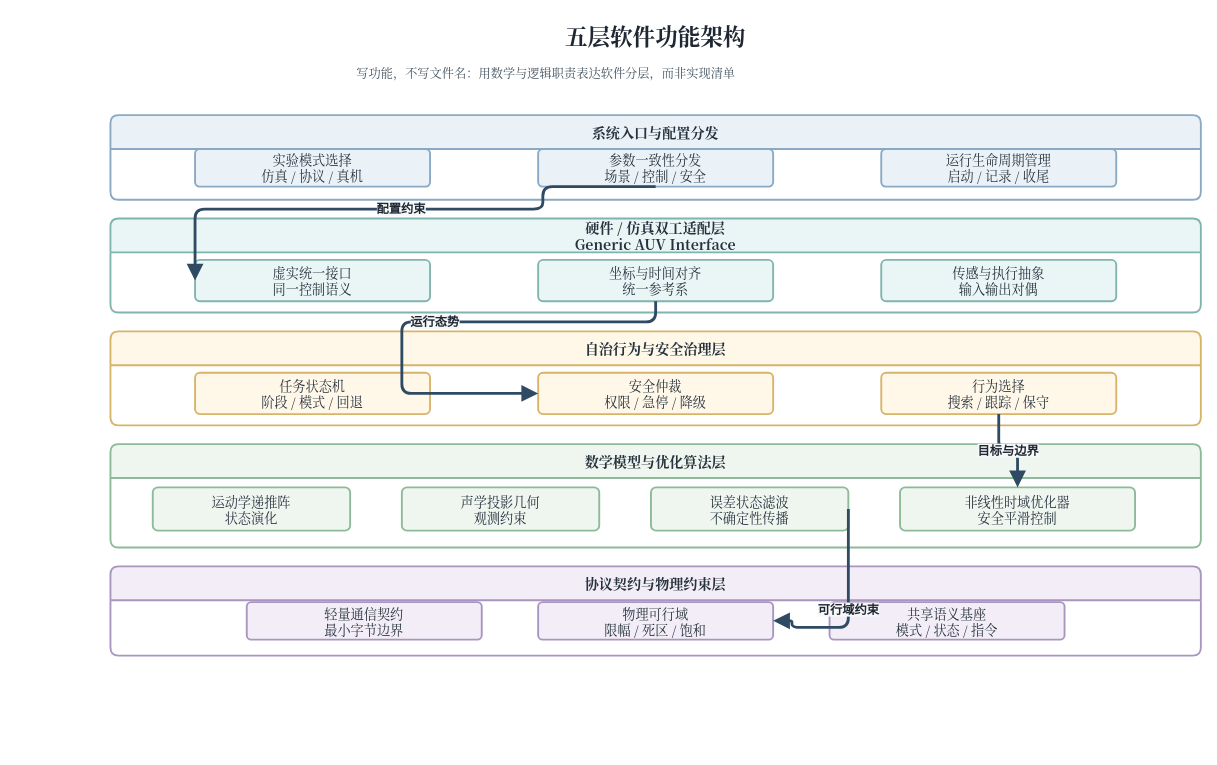
Earlier version of the draw.io diagram docs/thesis/figures/architecture/auv_v2_five_layer_functional_architecture.drawio (360ZMEM/AUV-Master-Project). Source tidied: cells renumbered, new cells numbered last; positions are measured from the earlier drawing's top-left corner, leaving out a move shared by most shapes. Both pictures are drawn from the tidied source at 94%, with x=0, y=0 at pixel (110, 16).
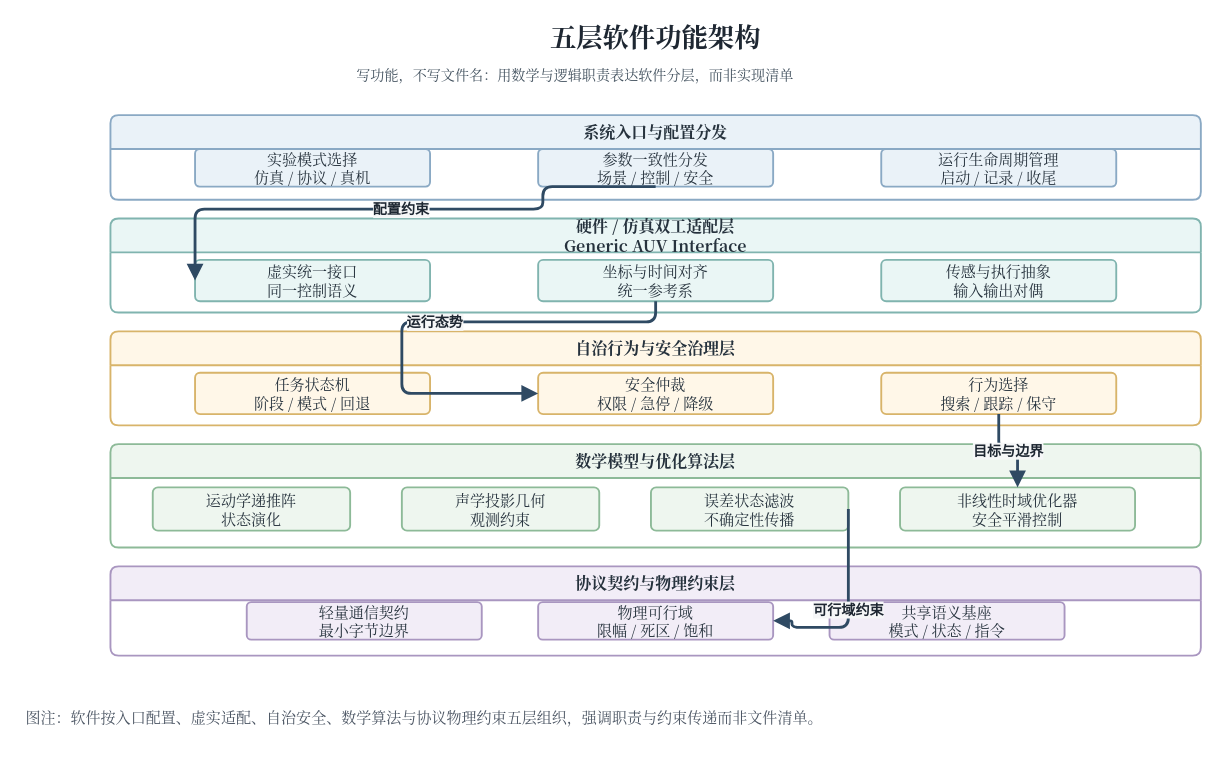
After the change.

The edit, as a diff of the source:
```diff
@@
-    <mxCell id="2" value="五层软件功能架构" style="text;html=1;strokeColor=none;fillColor=none;align=center;verticalAlign=middle;whiteSpace=wrap;rounded=0;fontFamily=Noto Serif CJK SC,Times New Roman;fontSize=24;fontStyle=1;fontColor=#1E2732;" parent="1" vertex="1">
+    <mxCell id="2" value="五层软件功能架构" style="text;html=1;strokeColor=none;fillColor=none;align=center;verticalAlign=middle;whiteSpace=wrap;rounded=0;fontFamily=Noto Serif CJK SC,Times New Roman;fontSize=28;fontStyle=1;fontColor=#1E2732;" parent="1" vertex="1">
       <mxGeometry x="270" width="620" height="42" as="geometry" />
     </mxCell>
-    <mxCell id="3" value="写功能，不写文件名：用数学与逻辑职责表达软件分层，而非实现清单" style="text;html=1;strokeColor=none;fillColor=none;align=left;verticalAlign=top;whiteSpace=wrap;rounded=0;fontFamily=Noto Serif CJK SC,Times New Roman;fontSize=13;fontColor=#43525F;" parent="1" vertex="1">
+    <mxCell id="3" value="写功能，不写文件名：用数学与逻辑职责表达软件分层，而非实现清单" style="text;html=1;strokeColor=none;fillColor=none;align=left;verticalAlign=top;whiteSpace=wrap;rounded=0;fontFamily=Noto Serif CJK SC,Times New Roman;fontSize=15;fontColor=#43525F;" parent="1" vertex="1">
       <mxGeometry x="260" y="46" width="660" height="34" as="geometry" />
     </mxCell>
-    <mxCell id="4" value="系统入口与配置分发" style="swimlane;whiteSpace=wrap;html=1;startSize=36;rounded=1;arcSize=8;fillColor=#EAF2F8;strokeColor=#8AA9C4;strokeWidth=2;fontFamily=Noto Serif CJK SC,Times New Roman;fontSize=14;fontColor=#26323D;fontStyle=1;fontSize=15;" parent="1" vertex="1">
+    <mxCell id="4" value="系统入口与配置分发" style="swimlane;whiteSpace=wrap;html=1;startSize=36;rounded=1;arcSize=8;fillColor=#EAF2F8;strokeColor=#8AA9C4;strokeWidth=2;fontFamily=Noto Serif CJK SC,Times New Roman;fontSize=16;fontColor=#26323D;fontStyle=1;fontSize=17;" parent="1" vertex="1">
       <mxGeometry y="105" width="1160" height="90" as="geometry" />
     </mxCell>
-    <mxCell id="5" value="硬件 / 仿真双工适配层&#10;Generic AUV Interface" style="swimlane;whiteSpace=wrap;html=1;startSize=36;rounded=1;arcSize=8;fillColor=#EAF6F5;strokeColor=#80B4AF;strokeWidth=2;fontFamily=Noto Serif CJK SC,Times New Roman;fontSize=14;fontColor=#26323D;fontStyle=1;fontSize=15;" parent="1" vertex="1">
+    <mxCell id="5" value="硬件 / 仿真双工适配层&#10;Generic AUV Interface" style="swimlane;whiteSpace=wrap;html=1;startSize=36;rounded=1;arcSize=8;fillColor=#EAF6F5;strokeColor=#80B4AF;strokeWidth=2;fontFamily=Noto Serif CJK SC,Times New Roman;fontSize=16;fontColor=#26323D;fontStyle=1;fontSize=17;" parent="1" vertex="1">
       <mxGeometry y="215" width="1160" height="100" as="geometry" />
     </mxCell>
-    <mxCell id="6" value="自治行为与安全治理层" style="swimlane;whiteSpace=wrap;html=1;startSize=36;rounded=1;arcSize=8;fillColor=#FFF7E8;strokeColor=#D8B46A;strokeWidth=2;fontFamily=Noto Serif CJK SC,Times New Roman;fontSize=14;fontColor=#26323D;fontStyle=1;fontSize=15;" parent="1" vertex="1">
+    <mxCell id="6" value="自治行为与安全治理层" style="swimlane;whiteSpace=wrap;html=1;startSize=36;rounded=1;arcSize=8;fillColor=#FFF7E8;strokeColor=#D8B46A;strokeWidth=2;fontFamily=Noto Serif CJK SC,Times New Roman;fontSize=16;fontColor=#26323D;fontStyle=1;fontSize=17;" parent="1" vertex="1">
       <mxGeometry y="335" width="1160" height="100" as="geometry" />
     </mxCell>
-    <mxCell id="7" value="数学模型与优化算法层" style="swimlane;whiteSpace=wrap;html=1;startSize=36;rounded=1;arcSize=8;fillColor=#EEF6EF;strokeColor=#8DBA98;strokeWidth=2;fontFamily=Noto Serif CJK SC,Times New Roman;fontSize=14;fontColor=#26323D;fontStyle=1;fontSize=15;" parent="1" vertex="1">
+    <mxCell id="7" value="数学模型与优化算法层" style="swimlane;whiteSpace=wrap;html=1;startSize=36;rounded=1;arcSize=8;fillColor=#EEF6EF;strokeColor=#8DBA98;strokeWidth=2;fontFamily=Noto Serif CJK SC,Times New Roman;fontSize=16;fontColor=#26323D;fontStyle=1;fontSize=17;" parent="1" vertex="1">
       <mxGeometry y="455" width="1160" height="110" as="geometry" />
     </mxCell>
-    <mxCell id="8" value="协议契约与物理约束层" style="swimlane;whiteSpace=wrap;html=1;startSize=36;rounded=1;arcSize=8;fillColor=#F2EDF7;strokeColor=#A996C0;strokeWidth=2;fontFamily=Noto Serif CJK SC,Times New Roman;fontSize=14;fontColor=#26323D;fontStyle=1;fontSize=15;" parent="1" vertex="1">
+    <mxCell id="8" value="协议契约与物理约束层" style="swimlane;whiteSpace=wrap;html=1;startSize=36;rounded=1;arcSize=8;fillColor=#F2EDF7;strokeColor=#A996C0;strokeWidth=2;fontFamily=Noto Serif CJK SC,Times New Roman;fontSize=16;fontColor=#26323D;fontStyle=1;fontSize=17;" parent="1" vertex="1">
       <mxGeometry y="585" width="1160" height="95" as="geometry" />
     </mxCell>
-    <mxCell id="9" value="实验模式选择&#10;仿真 / 协议 / 真机" style="rounded=1;whiteSpace=wrap;html=1;arcSize=12;fillColor=#EAF2F8;strokeColor=#8AA9C4;strokeWidth=2;spacing=8;shadow=0;fontFamily=Noto Serif CJK SC,Times New Roman;fontSize=14;fontColor=#26323D;" parent="4" vertex="1">
+    <mxCell id="9" value="实验模式选择&#10;仿真 / 协议 / 真机" style="rounded=1;whiteSpace=wrap;html=1;arcSize=12;fillColor=#EAF2F8;strokeColor=#8AA9C4;strokeWidth=2;spacing=8;shadow=0;fontFamily=Noto Serif CJK SC,Times New Roman;fontSize=16;fontColor=#26323D;" parent="4" vertex="1">
       <mxGeometry x="90" y="36" width="250" height="40" as="geometry" />
     </mxCell>
-    <mxCell id="10" value="参数一致性分发&#10;场景 / 控制 / 安全" style="rounded=1;whiteSpace=wrap;html=1;arcSize=12;fillColor=#EAF2F8;strokeColor=#8AA9C4;strokeWidth=2;spacing=8;shadow=0;fontFamily=Noto Serif CJK SC,Times New Roman;fontSize=14;fontColor=#26323D;" parent="4" vertex="1">
+    <mxCell id="10" value="参数一致性分发&#10;场景 / 控制 / 安全" style="rounded=1;whiteSpace=wrap;html=1;arcSize=12;fillColor=#EAF2F8;strokeColor=#8AA9C4;strokeWidth=2;spacing=8;shadow=0;fontFamily=Noto Serif CJK SC,Times New Roman;fontSize=16;fontColor=#26323D;" parent="4" vertex="1">
       <mxGeometry x="455" y="36" width="250" height="40" as="geometry" />
     </mxCell>
-    <mxCell id="11" value="运行生命周期管理&#10;启动 / 记录 / 收尾" style="rounded=1;whiteSpace=wrap;html=1;arcSize=12;fillColor=#EAF2F8;strokeColor=#8AA9C4;strokeWidth=2;spacing=8;shadow=0;fontFamily=Noto Serif CJK SC,Times New Roman;fontSize=14;fontColor=#26323D;" parent="4" vertex="1">
+    <mxCell id="11" value="运行生命周期管理&#10;启动 / 记录 / 收尾" style="rounded=1;whiteSpace=wrap;html=1;arcSize=12;fillColor=#EAF2F8;strokeColor=#8AA9C4;strokeWidth=2;spacing=8;shadow=0;fontFamily=Noto Serif CJK SC,Times New Roman;fontSize=16;fontColor=#26323D;" parent="4" vertex="1">
       <mxGeometry x="820" y="36" width="250" height="40" as="geometry" />
     </mxCell>
-    <mxCell id="12" value="虚实统一接口&#10;同一控制语义" style="rounded=1;whiteSpace=wrap;html=1;arcSize=12;fillColor=#EAF6F5;strokeColor=#80B4AF;strokeWidth=2;spacing=8;shadow=0;fontFamily=Noto Serif CJK SC,Times New Roman;fontSize=14;fontColor=#26323D;" parent="5" vertex="1">
+    <mxCell id="12" value="虚实统一接口&#10;同一控制语义" style="rounded=1;whiteSpace=wrap;html=1;arcSize=12;fillColor=#EAF6F5;strokeColor=#80B4AF;strokeWidth=2;spacing=8;shadow=0;fontFamily=Noto Serif CJK SC,Times New Roman;fontSize=16;fontColor=#26323D;" parent="5" vertex="1">
       <mxGeometry x="90" y="44" width="250" height="44" as="geometry" />
     </mxCell>
-    <mxCell id="13" value="坐标与时间对齐&#10;统一参考系" style="rounded=1;whiteSpace=wrap;html=1;arcSize=12;fillColor=#EAF6F5;strokeColor=#80B4AF;strokeWidth=2;spacing=8;shadow=0;fontFamily=Noto Serif CJK SC,Times New Roman;fontSize=14;fontColor=#26323D;" parent="5" vertex="1">
+    <mxCell id="13" value="坐标与时间对齐&#10;统一参考系" style="rounded=1;whiteSpace=wrap;html=1;arcSize=12;fillColor=#EAF6F5;strokeColor=#80B4AF;strokeWidth=2;spacing=8;shadow=0;fontFamily=Noto Serif CJK SC,Times New Roman;fontSize=16;fontColor=#26323D;" parent="5" vertex="1">
       <mxGeometry x="455" y="44" width="250" height="44" as="geometry" />
     </mxCell>
-    <mxCell id="14" value="传感与执行抽象&#10;输入输出对偶" style="rounded=1;whiteSpace=wrap;html=1;arcSize=12;fillColor=#EAF6F5;strokeColor=#80B4AF;strokeWidth=2;spacing=8;shadow=0;fontFamily=Noto Serif CJK SC,Times New Roman;fontSize=14;fontColor=#26323D;" parent="5" vertex="1">
+    <mxCell id="14" value="传感与执行抽象&#10;输入输出对偶" style="rounded=1;whiteSpace=wrap;html=1;arcSize=12;fillColor=#EAF6F5;strokeColor=#80B4AF;strokeWidth=2;spacing=8;shadow=0;fontFamily=Noto Serif CJK SC,Times New Roman;fontSize=16;fontColor=#26323D;" parent="5" vertex="1">
       <mxGeometry x="820" y="44" width="250" height="44" as="geometry" />
     </mxCell>
-    <mxCell id="15" value="任务状态机&#10;阶段 / 模式 / 回退" style="rounded=1;whiteSpace=wrap;html=1;arcSize=12;fillColor=#FFF7E8;strokeColor=#D8B46A;strokeWidth=2;spacing=8;shadow=0;fontFamily=Noto Serif CJK SC,Times New Roman;fontSize=14;fontColor=#26323D;" parent="6" vertex="1">
+    <mxCell id="15" value="任务状态机&#10;阶段 / 模式 / 回退" style="rounded=1;whiteSpace=wrap;html=1;arcSize=12;fillColor=#FFF7E8;strokeColor=#D8B46A;strokeWidth=2;spacing=8;shadow=0;fontFamily=Noto Serif CJK SC,Times New Roman;fontSize=16;fontColor=#26323D;" parent="6" vertex="1">
       <mxGeometry x="90" y="44" width="250" height="44" as="geometry" />
     </mxCell>
-    <mxCell id="16" value="安全仲裁&#10;权限 / 急停 / 降级" style="rounded=1;whiteSpace=wrap;html=1;arcSize=12;fillColor=#FFF7E8;strokeColor=#D8B46A;strokeWidth=2;spacing=8;shadow=0;fontFamily=Noto Serif CJK SC,Times New Roman;fontSize=14;fontColor=#26323D;" parent="6" vertex="1">
+    <mxCell id="16" value="安全仲裁&#10;权限 / 急停 / 降级" style="rounded=1;whiteSpace=wrap;html=1;arcSize=12;fillColor=#FFF7E8;strokeColor=#D8B46A;strokeWidth=2;spacing=8;shadow=0;fontFamily=Noto Serif CJK SC,Times New Roman;fontSize=16;fontColor=#26323D;" parent="6" vertex="1">
       <mxGeometry x="455" y="44" width="250" height="44" as="geometry" />
     </mxCell>
-    <mxCell id="17" value="行为选择&#10;搜索 / 跟踪 / 保守" style="rounded=1;whiteSpace=wrap;html=1;arcSize=12;fillColor=#FFF7E8;strokeColor=#D8B46A;strokeWidth=2;spacing=8;shadow=0;fontFamily=Noto Serif CJK SC,Times New Roman;fontSize=14;fontColor=#26323D;" parent="6" vertex="1">
+    <mxCell id="17" value="行为选择&#10;搜索 / 跟踪 / 保守" style="rounded=1;whiteSpace=wrap;html=1;arcSize=12;fillColor=#FFF7E8;strokeColor=#D8B46A;strokeWidth=2;spacing=8;shadow=0;fontFamily=Noto Serif CJK SC,Times New Roman;fontSize=16;fontColor=#26323D;" parent="6" vertex="1">
       <mxGeometry x="820" y="44" width="250" height="44" as="geometry" />
     </mxCell>
-    <mxCell id="18" value="运动学递推阵&#10;状态演化" style="rounded=1;whiteSpace=wrap;html=1;arcSize=12;fillColor=#EEF6EF;strokeColor=#8DBA98;strokeWidth=2;spacing=8;shadow=0;fontFamily=Noto Serif CJK SC,Times New Roman;fontSize=14;fontColor=#26323D;" parent="7" vertex="1">
+    <mxCell id="18" value="运动学递推阵&#10;状态演化" style="rounded=1;whiteSpace=wrap;html=1;arcSize=12;fillColor=#EEF6EF;strokeColor=#8DBA98;strokeWidth=2;spacing=8;shadow=0;fontFamily=Noto Serif CJK SC,Times New Roman;fontSize=16;fontColor=#26323D;" parent="7" vertex="1">
       <mxGeometry x="45" y="46" width="210" height="46" as="geometry" />
     </mxCell>
-    <mxCell id="19" value="声学投影几何&#10;观测约束" style="rounded=1;whiteSpace=wrap;html=1;arcSize=12;fillColor=#EEF6EF;strokeColor=#8DBA98;strokeWidth=2;spacing=8;shadow=0;fontFamily=Noto Serif CJK SC,Times New Roman;fontSize=14;fontColor=#26323D;" parent="7" vertex="1">
+    <mxCell id="19" value="声学投影几何&#10;观测约束" style="rounded=1;whiteSpace=wrap;html=1;arcSize=12;fillColor=#EEF6EF;strokeColor=#8DBA98;strokeWidth=2;spacing=8;shadow=0;fontFamily=Noto Serif CJK SC,Times New Roman;fontSize=16;fontColor=#26323D;" parent="7" vertex="1">
       <mxGeometry x="310" y="46" width="210" height="46" as="geometry" />
     </mxCell>
-    <mxCell id="20" value="误差状态滤波&#10;不确定性传播" style="rounded=1;whiteSpace=wrap;html=1;arcSize=12;fillColor=#EEF6EF;strokeColor=#8DBA98;strokeWidth=2;spacing=8;shadow=0;fontFamily=Noto Serif CJK SC,Times New Roman;fontSize=14;fontColor=#26323D;" parent="7" vertex="1">
+    <mxCell id="20" value="误差状态滤波&#10;不确定性传播" style="rounded=1;whiteSpace=wrap;html=1;arcSize=12;fillColor=#EEF6EF;strokeColor=#8DBA98;strokeWidth=2;spacing=8;shadow=0;fontFamily=Noto Serif CJK SC,Times New Roman;fontSize=16;fontColor=#26323D;" parent="7" vertex="1">
       <mxGeometry x="575" y="46" width="210" height="46" as="geometry" />
     </mxCell>
-    <mxCell id="21" value="非线性时域优化器&#10;安全平滑控制" style="rounded=1;whiteSpace=wrap;html=1;arcSize=12;fillColor=#EEF6EF;strokeColor=#8DBA98;strokeWidth=2;spacing=8;shadow=0;fontFamily=Noto Serif CJK SC,Times New Roman;fontSize=14;fontColor=#26323D;" parent="7" vertex="1">
+    <mxCell id="21" value="非线性时域优化器&#10;安全平滑控制" style="rounded=1;whiteSpace=wrap;html=1;arcSize=12;fillColor=#EEF6EF;strokeColor=#8DBA98;strokeWidth=2;spacing=8;shadow=0;fontFamily=Noto Serif CJK SC,Times New Roman;fontSize=16;fontColor=#26323D;" parent="7" vertex="1">
       <mxGeometry x="840" y="46" width="250" height="46" as="geometry" />
     </mxCell>
-    <mxCell id="22" value="轻量通信契约&#10;最小字节边界" style="rounded=1;whiteSpace=wrap;html=1;arcSize=12;fillColor=#F2EDF7;strokeColor=#A996C0;strokeWidth=2;spacing=8;shadow=0;fontFamily=Noto Serif CJK SC,Times New Roman;fontSize=14;fontColor=#26323D;" parent="8" vertex="1">
+    <mxCell id="22" value="轻量通信契约&#10;最小字节边界" style="rounded=1;whiteSpace=wrap;html=1;arcSize=12;fillColor=#F2EDF7;strokeColor=#A996C0;strokeWidth=2;spacing=8;shadow=0;fontFamily=Noto Serif CJK SC,Times New Roman;fontSize=16;fontColor=#26323D;" parent="8" vertex="1">
       <mxGeometry x="145" y="38" width="250" height="40" as="geometry" />
     </mxCell>
-    <mxCell id="23" value="物理可行域&#10;限幅 / 死区 / 饱和" style="rounded=1;whiteSpace=wrap;html=1;arcSize=12;fillColor=#F2EDF7;strokeColor=#A996C0;strokeWidth=2;spacing=8;shadow=0;fontFamily=Noto Serif CJK SC,Times New Roman;fontSize=14;fontColor=#26323D;" parent="8" vertex="1">
+    <mxCell id="23" value="物理可行域&#10;限幅 / 死区 / 饱和" style="rounded=1;whiteSpace=wrap;html=1;arcSize=12;fillColor=#F2EDF7;strokeColor=#A996C0;strokeWidth=2;spacing=8;shadow=0;fontFamily=Noto Serif CJK SC,Times New Roman;fontSize=16;fontColor=#26323D;" parent="8" vertex="1">
       <mxGeometry x="455" y="38" width="250" height="40" as="geometry" />
     </mxCell>
-    <mxCell id="24" value="共享语义基座&#10;模式 / 状态 / 指令" style="rounded=1;whiteSpace=wrap;html=1;arcSize=12;fillColor=#F2EDF7;strokeColor=#A996C0;strokeWidth=2;spacing=8;shadow=0;fontFamily=Noto Serif CJK SC,Times New Roman;fontSize=14;fontColor=#26323D;" parent="8" vertex="1">
+    <mxCell id="24" value="共享语义基座&#10;模式 / 状态 / 指令" style="rounded=1;whiteSpace=wrap;html=1;arcSize=12;fillColor=#F2EDF7;strokeColor=#A996C0;strokeWidth=2;spacing=8;shadow=0;fontFamily=Noto Serif CJK SC,Times New Roman;fontSize=16;fontColor=#26323D;" parent="8" vertex="1">
       <mxGeometry x="765" y="38" width="250" height="40" as="geometry" />
     </mxCell>
-    <mxCell id="25" value="配置约束" style="edgeStyle=orthogonalEdgeStyle;rounded=1;jettySize=auto;html=1;strokeColor=#2F4A63;fontColor=#1E2732;fontSize=13;fontStyle=1;strokeWidth=3;labelBackgroundColor=#F6F7F8;labelBorderColor=none;endArrow=block;endFill=1;endSize=10;exitX=0.5;exitY=1;entryX=0;entryY=0.5;" parent="1" edge="1" source="10" target="12">
+    <mxCell id="25" value="配置约束" style="edgeStyle=orthogonalEdgeStyle;rounded=1;jettySize=auto;html=1;strokeColor=#2F4A63;fontColor=#1E2732;fontSize=15;fontStyle=1;strokeWidth=3;labelBackgroundColor=#F6F7F8;labelBorderColor=none;endArrow=block;endFill=1;endSize=10;exitX=0.5;exitY=1;entryX=0;entryY=0.5;" parent="1" edge="1" source="10" target="12">
       <mxGeometry relative="1" as="geometry">
         <Array as="points">
           <mxPoint x="460" y="205" />
           <mxPoint x="90" y="205" />
         </Array>
       </mxGeometry>
     </mxCell>
-    <mxCell id="26" value="运行态势" style="edgeStyle=orthogonalEdgeStyle;rounded=1;jettySize=auto;html=1;strokeColor=#2F4A63;fontColor=#1E2732;fontSize=13;fontStyle=1;strokeWidth=3;labelBackgroundColor=#F6F7F8;labelBorderColor=none;endArrow=block;endFill=1;endSize=10;exitX=0.5;exitY=1;entryX=0;entryY=0.5;" parent="1" edge="1" source="13" target="16">
+    <mxCell id="26" value="运行态势" style="edgeStyle=orthogonalEdgeStyle;rounded=1;jettySize=auto;html=1;strokeColor=#2F4A63;fontColor=#1E2732;fontSize=15;fontStyle=1;strokeWidth=3;labelBackgroundColor=#F6F7F8;labelBorderColor=none;endArrow=block;endFill=1;endSize=10;exitX=0.5;exitY=1;entryX=0;entryY=0.5;" parent="1" edge="1" source="13" target="16">
       <mxGeometry relative="1" as="geometry">
         <Array as="points">
           <mxPoint x="460" y="325" />
           <mxPoint x="310" y="325" />
           <mxPoint x="310" y="400" />
         </Array>
       </mxGeometry>
     </mxCell>
-    <mxCell id="27" value="目标与边界" style="edgeStyle=orthogonalEdgeStyle;rounded=1;jettySize=auto;html=1;strokeColor=#2F4A63;fontColor=#1E2732;fontSize=13;fontStyle=1;strokeWidth=3;labelBackgroundColor=#F6F7F8;labelBorderColor=none;endArrow=block;endFill=1;endSize=10;exitX=0.5;exitY=1;entryX=0.5;entryY=0;" parent="1" edge="1" source="17" target="21">
+    <mxCell id="27" value="目标与边界" style="edgeStyle=orthogonalEdgeStyle;rounded=1;jettySize=auto;html=1;strokeColor=#2F4A63;fontColor=#1E2732;fontSize=15;fontStyle=1;strokeWidth=3;labelBackgroundColor=#F6F7F8;labelBorderColor=none;endArrow=block;endFill=1;endSize=10;exitX=0.5;exitY=1;entryX=0.5;entryY=0;" parent="1" edge="1" source="17" target="21">
       <mxGeometry relative="1" as="geometry" />
     </mxCell>
-    <mxCell id="28" value="可行域约束" style="edgeStyle=orthogonalEdgeStyle;rounded=1;jettySize=auto;html=1;strokeColor=#2F4A63;fontColor=#1E2732;fontSize=13;fontStyle=1;strokeWidth=3;labelBackgroundColor=#F6F7F8;labelBorderColor=none;endArrow=block;endFill=1;endSize=10;exitX=1;exitY=0.5;entryX=1;entryY=0.5;" parent="1" edge="1" source="20" target="23">
+    <mxCell id="28" value="可行域约束" style="edgeStyle=orthogonalEdgeStyle;rounded=1;jettySize=auto;html=1;strokeColor=#2F4A63;fontColor=#1E2732;fontSize=15;fontStyle=1;strokeWidth=3;labelBackgroundColor=#F6F7F8;labelBorderColor=none;endArrow=block;endFill=1;endSize=10;exitX=1;exitY=0.5;entryX=1;entryY=0.5;" parent="1" edge="1" source="20" target="23">
       <mxGeometry relative="1" as="geometry">
         <Array as="points">
           <mxPoint x="725" y="650" />
         </Array>
       </mxGeometry>
     </mxCell>
+    <mxCell id="29" value="图注：软件按入口配置、虚实适配、自治安全、数学算法与协议物理约束五层组织，强调职责与约束传递而非文件清单。" style="text;html=1;align=left;verticalAlign=middle;whiteSpace=wrap;fontFamily=Noto Serif CJK SC;fontSize=16;fontColor=#4B5563;spacingLeft=8;spacingRight=8;" parent="1" vertex="1">
+      <mxGeometry x="-100" y="710" width="1240" height="70" as="geometry" />
+    </mxCell>
```
